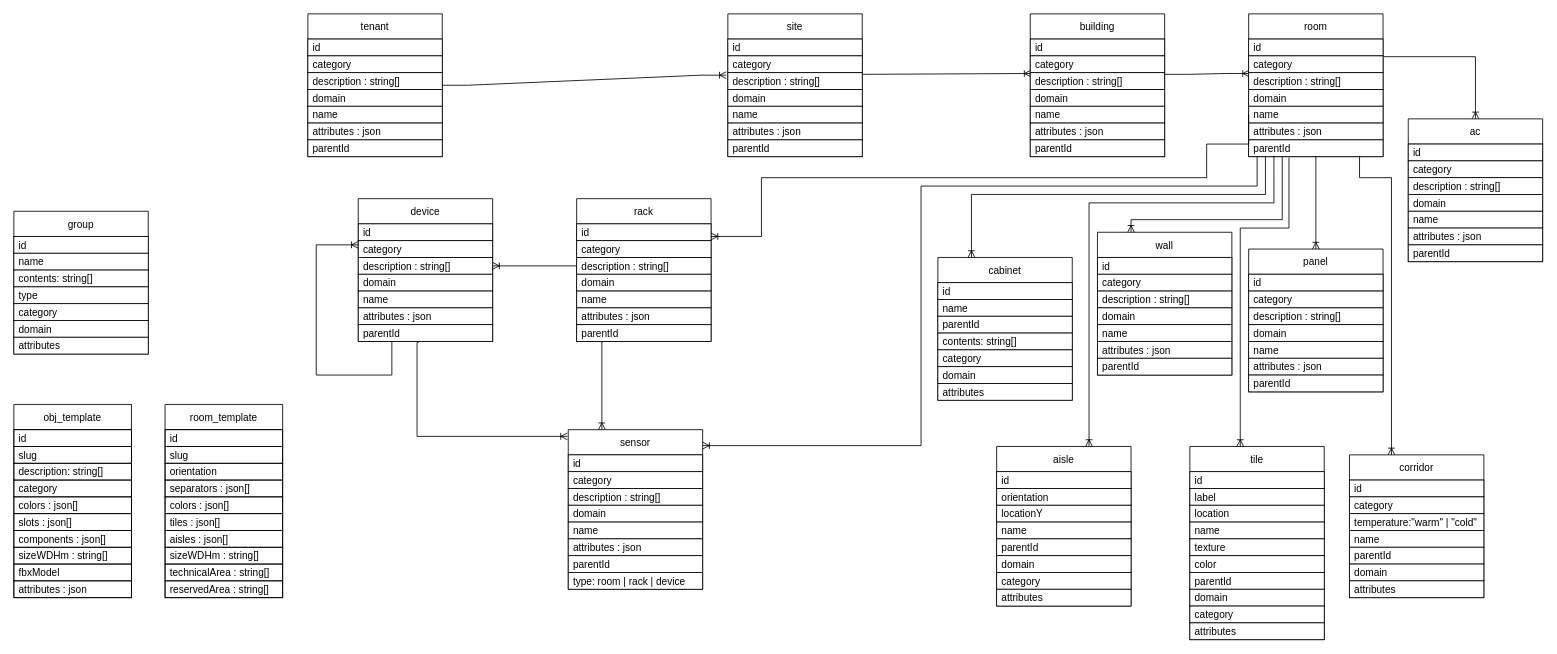
The draw.io diagram resources/diagrams/DB.drawio in ditrit/OGrEE-Core, before the edit. Source tidied: cells renumbered, new cells numbered last; positions are measured from the earlier drawing's top-left corner, leaving out a move shared by most shapes. Both pictures are drawn from the tidied source at 84%, with x=0, y=0 at pixel (13, 13).
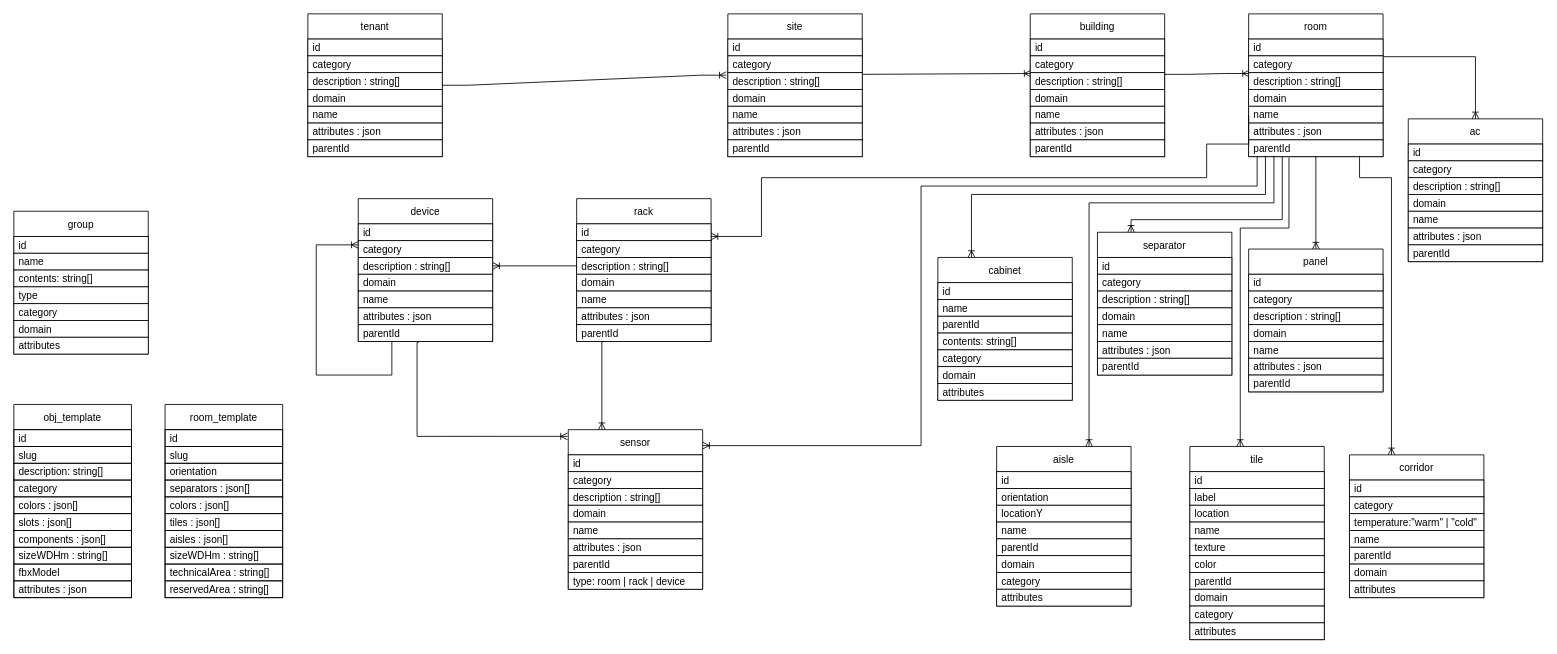
The same page after the edit.

Change to the diagram source:
```diff
@@
-    <mxCell id="101" value="wall" style="swimlane;fontStyle=0;horizontal=1;startSize=30;fillColor=default;strokeColor=default;fontColor=default;" parent="1" vertex="1">
+    <mxCell id="101" value="separator" style="swimlane;fontStyle=0;horizontal=1;startSize=30;fillColor=default;strokeColor=default;fontColor=default;" parent="1" vertex="1">
       <mxGeometry x="1290" y="260" width="160" height="170" as="geometry" />
     </mxCell>
```
